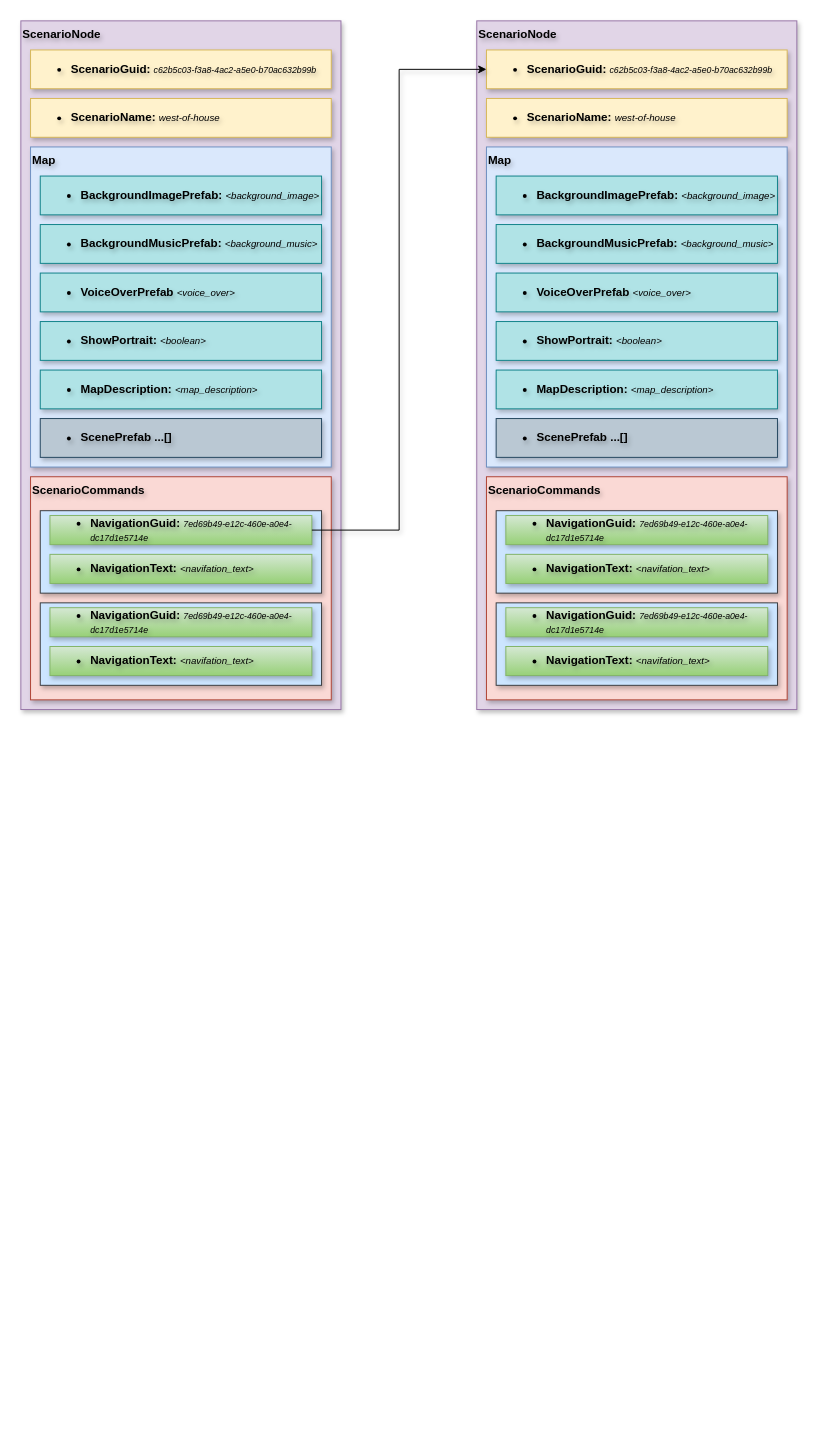
Before: text_adventure_node_diagriam.drawio in gwynwhyvaar/text-adventure-boden, a draw.io diagram. Source tidied: cells renumbered, new cells numbered last; positions are measured from the earlier drawing's top-left corner, leaving out a move shared by most shapes. Both pictures are drawn from the tidied source at 97%, with x=0, y=0 at pixel (20, 20).
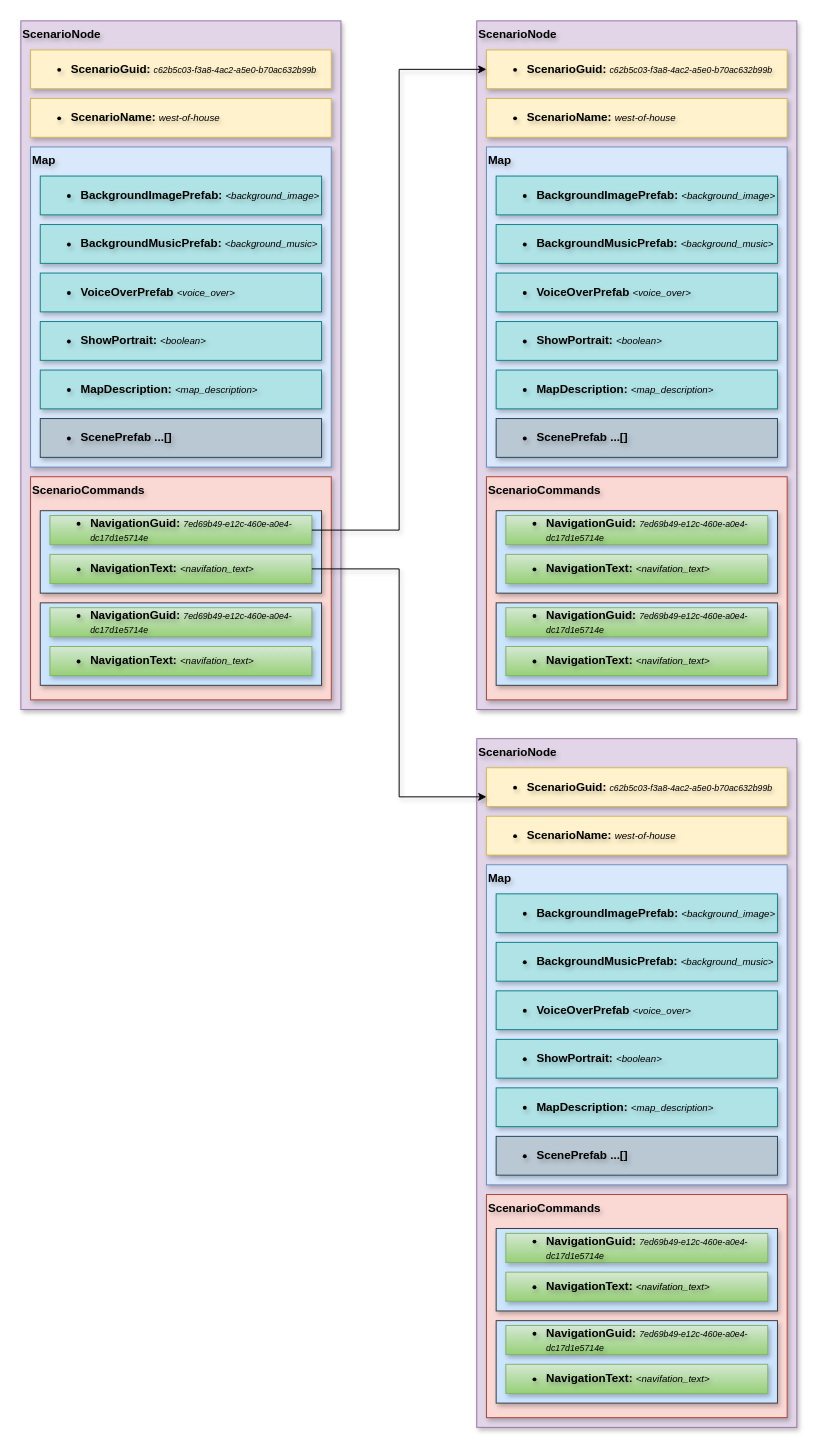
The same page after the edit.

Unchanged cells that the change refers to:
```xml
<mxCell id="15" value="&lt;div style=&quot;&quot;&gt;&lt;ul&gt;&lt;li style=&quot;&quot;&gt;&lt;b style=&quot;background-color: transparent; color: light-dark(rgb(0, 0, 0), rgb(255, 255, 255));&quot;&gt;NavigationText:&lt;/b&gt;&lt;span style=&quot;background-color: transparent; color: light-dark(rgb(0, 0, 0), rgb(255, 255, 255));&quot;&gt;&amp;nbsp;&lt;font size=&quot;1&quot;&gt;&lt;i&gt;&amp;lt;navifation_text&amp;gt;&lt;/i&gt;&lt;/font&gt;&lt;/span&gt;&lt;/li&gt;&lt;/ul&gt;&lt;/div&gt;" style="rounded=0;whiteSpace=wrap;html=1;shadow=1;fillColor=#d5e8d4;strokeColor=#82b366;gradientColor=#97d077;align=left;textShadow=1;" parent="1" vertex="1">
  <mxGeometry x="30" y="550" width="270" height="30" as="geometry" />
</mxCell>
```

The edit, as a diff of the source:
```diff
@@
+    <mxCell id="37" value="ScenarioNode" style="rounded=0;whiteSpace=wrap;html=1;shadow=1;fillColor=#e1d5e7;strokeColor=#9673a6;verticalAlign=top;align=left;fontStyle=1;textShadow=1;" parent="1" vertex="1">
+      <mxGeometry x="470" y="740" width="330" height="710" as="geometry" />
+    </mxCell>
+    <mxCell id="38" value="&lt;ul&gt;&lt;li&gt;&lt;b&gt;ScenarioGuid:&amp;nbsp;&lt;/b&gt;&lt;i&gt;&lt;font style=&quot;font-size: 9px;&quot;&gt;c62b5c03-f3a8-4ac2-a5e0-b70ac632b99b&lt;/font&gt;&lt;/i&gt;&lt;/li&gt;&lt;/ul&gt;" style="rounded=0;whiteSpace=wrap;html=1;shadow=1;fillColor=#fff2cc;strokeColor=#d6b656;textShadow=1;align=left;" parent="1" vertex="1">
+      <mxGeometry x="480" y="770" width="310" height="40" as="geometry" />
+    </mxCell>
+    <mxCell id="39" value="&lt;ul&gt;&lt;li&gt;&lt;b&gt;ScenarioName: &lt;/b&gt;&lt;font style=&quot;&quot; size=&quot;1&quot;&gt;&lt;i style=&quot;&quot;&gt;west-of-house&lt;/i&gt;&lt;/font&gt;&lt;/li&gt;&lt;/ul&gt;" style="rounded=0;whiteSpace=wrap;html=1;shadow=1;fillColor=#fff2cc;strokeColor=#d6b656;textShadow=1;align=left;" parent="1" vertex="1">
+      <mxGeometry x="480" y="820" width="310" height="40" as="geometry" />
+    </mxCell>
+    <mxCell id="40" value="Map" style="rounded=0;whiteSpace=wrap;html=1;fontStyle=1;textShadow=1;verticalAlign=top;align=left;shadow=1;fillColor=#dae8fc;strokeColor=#6c8ebf;" parent="1" vertex="1">
+      <mxGeometry x="480" y="870" width="310" height="330" as="geometry" />
+    </mxCell>
+    <mxCell id="41" value="&lt;ul&gt;&lt;li&gt;BackgroundImagePrefab: &lt;span style=&quot;font-weight: normal;&quot;&gt;&lt;font style=&quot;font-size: 10px;&quot;&gt;&lt;i&gt;&amp;lt;background_image&amp;gt;&lt;/i&gt;&lt;/font&gt;&lt;/span&gt;&lt;/li&gt;&lt;/ul&gt;" style="rounded=0;whiteSpace=wrap;html=1;shadow=1;fillColor=#b0e3e6;strokeColor=#0e8088;fontStyle=1;textShadow=1;align=left;" parent="1" vertex="1">
+      <mxGeometry x="490" y="900" width="290" height="40" as="geometry" />
+    </mxCell>
+    <mxCell id="42" value="&lt;ul&gt;&lt;li&gt;BackgroundMusicPrefab: &lt;span style=&quot;font-weight: normal;&quot;&gt;&lt;font style=&quot;font-size: 10px;&quot;&gt;&lt;i&gt;&amp;lt;background_music&amp;gt;&lt;/i&gt;&lt;/font&gt;&lt;/span&gt;&lt;/li&gt;&lt;/ul&gt;" style="rounded=0;whiteSpace=wrap;html=1;shadow=1;fillColor=#b0e3e6;strokeColor=#0e8088;fontStyle=1;textShadow=1;align=left;" parent="1" vertex="1">
+      <mxGeometry x="490" y="950" width="290" height="40" as="geometry" />
+    </mxCell>
+    <mxCell id="43" value="&lt;ul&gt;&lt;li&gt;VoiceOverPrefab&amp;nbsp;&lt;span style=&quot;font-weight: normal;&quot;&gt;&lt;font style=&quot;font-size: 10px;&quot;&gt;&lt;i&gt;&amp;lt;voice_over&amp;gt;&lt;/i&gt;&lt;/font&gt;&lt;/span&gt;&lt;/li&gt;&lt;/ul&gt;" style="rounded=0;whiteSpace=wrap;html=1;shadow=1;fillColor=#b0e3e6;strokeColor=#0e8088;fontStyle=1;textShadow=1;align=left;" parent="1" vertex="1">
+      <mxGeometry x="490" y="1000" width="290" height="40" as="geometry" />
+    </mxCell>
+    <mxCell id="44" value="&lt;ul&gt;&lt;li&gt;ShowPortrait: &lt;span style=&quot;font-weight: normal;&quot;&gt;&lt;font style=&quot;font-size: 10px;&quot;&gt;&lt;i&gt;&amp;lt;boolean&amp;gt;&lt;/i&gt;&lt;/font&gt;&lt;/span&gt;&lt;/li&gt;&lt;/ul&gt;" style="rounded=0;whiteSpace=wrap;html=1;shadow=1;fillColor=#b0e3e6;strokeColor=#0e8088;fontStyle=1;textShadow=1;align=left;" parent="1" vertex="1">
+      <mxGeometry x="490" y="1050" width="290" height="40" as="geometry" />
+    </mxCell>
+    <mxCell id="45" value="&lt;ul&gt;&lt;li&gt;MapDescription: &lt;span style=&quot;font-weight: normal;&quot;&gt;&lt;font style=&quot;font-size: 10px;&quot;&gt;&lt;i&gt;&amp;lt;map_description&amp;gt;&lt;/i&gt;&lt;/font&gt;&lt;/span&gt;&lt;/li&gt;&lt;/ul&gt;" style="rounded=0;whiteSpace=wrap;html=1;shadow=1;fillColor=#b0e3e6;strokeColor=#0e8088;fontStyle=1;textShadow=1;align=left;" parent="1" vertex="1">
+      <mxGeometry x="490" y="1100" width="290" height="40" as="geometry" />
+    </mxCell>
+    <mxCell id="46" value="&lt;ul&gt;&lt;li&gt;ScenePrefab ...[]&lt;/li&gt;&lt;/ul&gt;" style="rounded=0;whiteSpace=wrap;html=1;shadow=1;fillColor=#bac8d3;strokeColor=#23445d;fontStyle=1;textShadow=1;align=left;" parent="1" vertex="1">
+      <mxGeometry x="490" y="1150" width="290" height="40" as="geometry" />
+    </mxCell>
+    <mxCell id="47" value="ScenarioCommands" style="rounded=0;whiteSpace=wrap;html=1;shadow=1;fillColor=#fad9d5;strokeColor=#ae4132;fontStyle=1;verticalAlign=top;textShadow=1;align=left;" parent="1" vertex="1">
+      <mxGeometry x="480" y="1210" width="310" height="230" as="geometry" />
+    </mxCell>
+    <mxCell id="48" style="rounded=0;whiteSpace=wrap;html=1;textShadow=1;fillColor=#cce5ff;strokeColor=#36393d;shadow=1;" parent="1" vertex="1">
+      <mxGeometry x="490" y="1245" width="290" height="85" as="geometry" />
+    </mxCell>
+    <mxCell id="49" value="&lt;div style=&quot;&quot;&gt;&lt;ul&gt;&lt;li&gt;&lt;b style=&quot;background-color: transparent; color: light-dark(rgb(0, 0, 0), rgb(255, 255, 255));&quot;&gt;NavigationGuid:&lt;/b&gt;&lt;span style=&quot;background-color: transparent; color: light-dark(rgb(0, 0, 0), rgb(255, 255, 255));&quot;&gt;&amp;nbsp;&lt;/span&gt;&lt;i style=&quot;background-color: transparent; color: light-dark(rgb(0, 0, 0), rgb(255, 255, 255));&quot;&gt;&lt;font style=&quot;font-size: 9px;&quot;&gt;7ed69b49-e12c-460e-a0e4-dc17d1e5714e&lt;/font&gt;&lt;/i&gt;&lt;/li&gt;&lt;/ul&gt;&lt;/div&gt;" style="rounded=0;whiteSpace=wrap;html=1;shadow=1;fillColor=#d5e8d4;strokeColor=#82b366;gradientColor=#97d077;align=left;textShadow=1;" parent="1" vertex="1">
+      <mxGeometry x="500" y="1250" width="270" height="30" as="geometry" />
+    </mxCell>
+    <mxCell id="50" value="&lt;div style=&quot;&quot;&gt;&lt;ul&gt;&lt;li style=&quot;&quot;&gt;&lt;b style=&quot;background-color: transparent; color: light-dark(rgb(0, 0, 0), rgb(255, 255, 255));&quot;&gt;NavigationText:&lt;/b&gt;&lt;span style=&quot;background-color: transparent; color: light-dark(rgb(0, 0, 0), rgb(255, 255, 255));&quot;&gt;&amp;nbsp;&lt;font size=&quot;1&quot;&gt;&lt;i&gt;&amp;lt;navifation_text&amp;gt;&lt;/i&gt;&lt;/font&gt;&lt;/span&gt;&lt;/li&gt;&lt;/ul&gt;&lt;/div&gt;" style="rounded=0;whiteSpace=wrap;html=1;shadow=1;fillColor=#d5e8d4;strokeColor=#82b366;gradientColor=#97d077;align=left;textShadow=1;" parent="1" vertex="1">
+      <mxGeometry x="500" y="1290" width="270" height="30" as="geometry" />
+    </mxCell>
+    <mxCell id="51" style="rounded=0;whiteSpace=wrap;html=1;textShadow=1;fillColor=#cce5ff;strokeColor=#36393d;shadow=1;" parent="1" vertex="1">
+      <mxGeometry x="490" y="1340" width="290" height="85" as="geometry" />
+    </mxCell>
+    <mxCell id="52" value="&lt;div style=&quot;&quot;&gt;&lt;ul&gt;&lt;li&gt;&lt;b style=&quot;background-color: transparent; color: light-dark(rgb(0, 0, 0), rgb(255, 255, 255));&quot;&gt;NavigationGuid:&lt;/b&gt;&lt;span style=&quot;background-color: transparent; color: light-dark(rgb(0, 0, 0), rgb(255, 255, 255));&quot;&gt;&amp;nbsp;&lt;/span&gt;&lt;i style=&quot;background-color: transparent; color: light-dark(rgb(0, 0, 0), rgb(255, 255, 255));&quot;&gt;&lt;font style=&quot;font-size: 9px;&quot;&gt;7ed69b49-e12c-460e-a0e4-dc17d1e5714e&lt;/font&gt;&lt;/i&gt;&lt;/li&gt;&lt;/ul&gt;&lt;/div&gt;" style="rounded=0;whiteSpace=wrap;html=1;shadow=1;fillColor=#d5e8d4;strokeColor=#82b366;gradientColor=#97d077;align=left;textShadow=1;" parent="1" vertex="1">
+      <mxGeometry x="500" y="1345" width="270" height="30" as="geometry" />
+    </mxCell>
+    <mxCell id="53" value="&lt;div style=&quot;&quot;&gt;&lt;ul&gt;&lt;li style=&quot;&quot;&gt;&lt;b style=&quot;background-color: transparent; color: light-dark(rgb(0, 0, 0), rgb(255, 255, 255));&quot;&gt;NavigationText:&lt;/b&gt;&lt;span style=&quot;background-color: transparent; color: light-dark(rgb(0, 0, 0), rgb(255, 255, 255));&quot;&gt;&amp;nbsp;&lt;font size=&quot;1&quot;&gt;&lt;i&gt;&amp;lt;navifation_text&amp;gt;&lt;/i&gt;&lt;/font&gt;&lt;/span&gt;&lt;/li&gt;&lt;/ul&gt;&lt;/div&gt;" style="rounded=0;whiteSpace=wrap;html=1;shadow=1;fillColor=#d5e8d4;strokeColor=#82b366;gradientColor=#97d077;align=left;textShadow=1;" parent="1" vertex="1">
+      <mxGeometry x="500" y="1385" width="270" height="30" as="geometry" />
+    </mxCell>
+    <mxCell id="54" style="edgeStyle=orthogonalEdgeStyle;rounded=0;jettySize=auto;html=1;entryX=0;entryY=0.75;entryDx=0;entryDy=0;shadow=1;textShadow=1;" parent="1" edge="1" source="15" target="38">
+      <mxGeometry relative="1" as="geometry" />
+    </mxCell>
```
